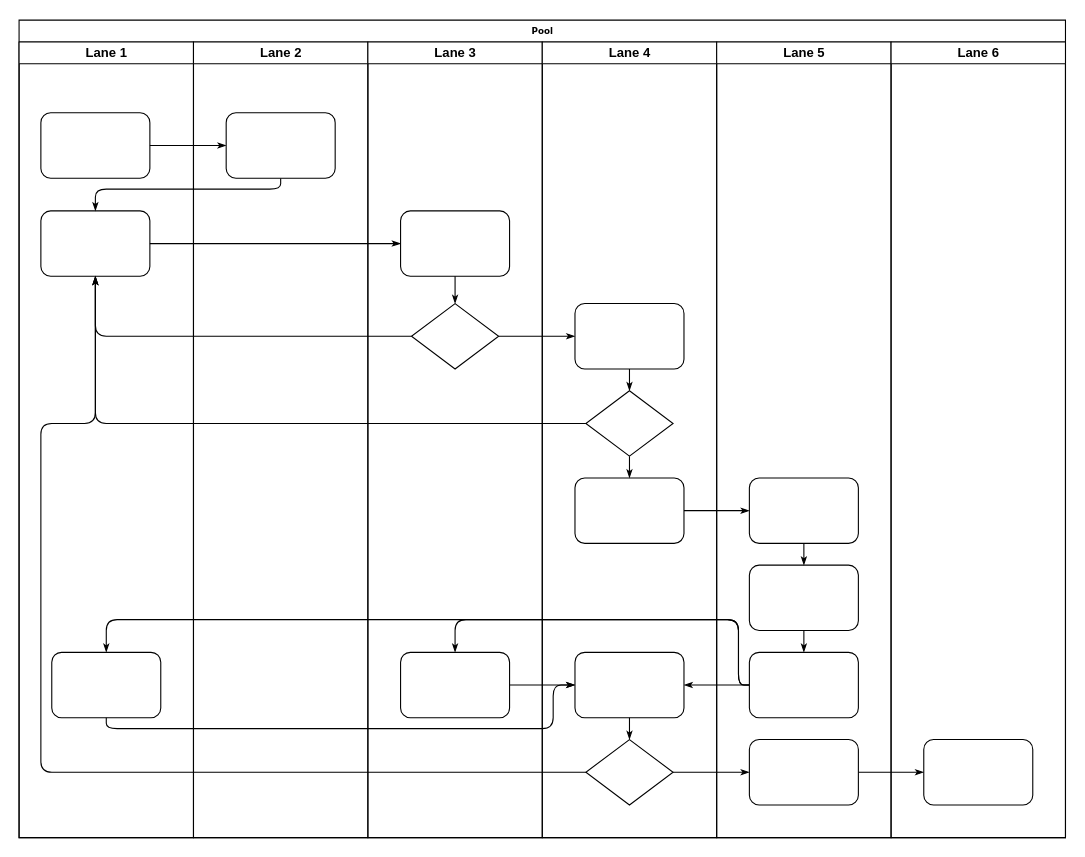
Earlier version of the draw.io diagram 安全应急智慧平台六级联动流程.drawio (JamesCheungSW/FlowChart-Center). Source tidied: cells renumbered, new cells numbered last; positions are measured from the earlier drawing's top-left corner, leaving out a move shared by most shapes. Both pictures are drawn from the tidied source at 109%, with x=0, y=0 at pixel (19, 20).
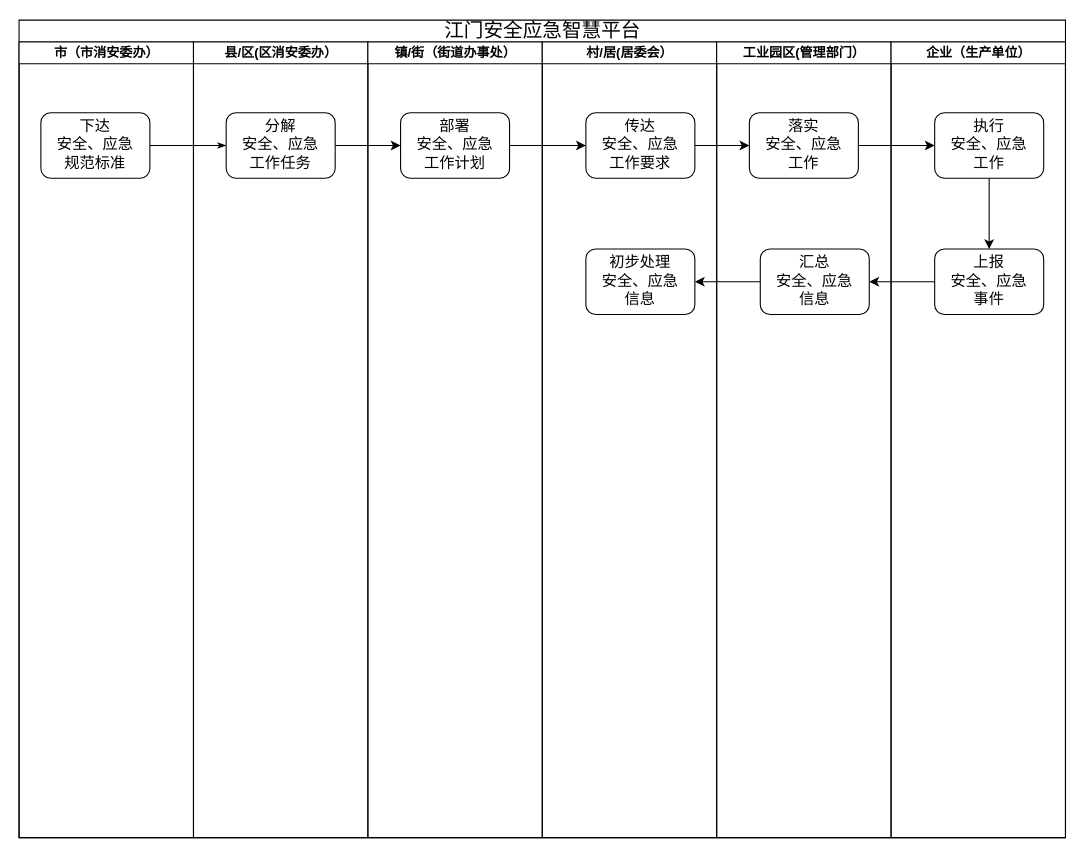
The same diagram, later.

Commit message (it also covers changes not shown here):
更新安全应急智慧平台六级联动流程.drawio

The edit, as a diff of the source:
```diff
@@
-    <mxCell id="2" value="Pool" style="swimlane;html=1;startSize=20;rounded=0;shadow=0;labelBackgroundColor=none;strokeWidth=1;fontFamily=Verdana;fontSize=8;align=center;" parent="1" vertex="1">
+    <mxCell id="2" value="&lt;font face=&quot;Times New Roman&quot; style=&quot;font-size: 18px; font-weight: normal;&quot;&gt;江门安全应急智慧平台&lt;/font&gt;" style="swimlane;html=1;startSize=20;rounded=0;shadow=0;labelBackgroundColor=none;strokeWidth=1;fontFamily=Verdana;fontSize=8;align=center;" parent="1" vertex="1">
       <mxGeometry width="960" height="750" as="geometry" />
     </mxCell>
+    <mxCell id="7" style="edgeStyle=orthogonalEdgeStyle;rounded=1;html=1;labelBackgroundColor=none;startArrow=none;startFill=0;startSize=5;endArrow=classicThin;endFill=1;endSize=5;jettySize=auto;strokeWidth=1;fontFamily=Verdana;fontSize=8;entryX=0;entryY=0.5;entryDx=0;entryDy=0;" parent="2" edge="1" source="4" target="47">
+      <mxGeometry relative="1" as="geometry" />
+    </mxCell>
-    <mxCell id="3" value="Lane 1" style="swimlane;html=1;startSize=20;" parent="2" vertex="1">
+    <mxCell id="3" value="市（市消安委办）" style="swimlane;html=1;startSize=20;" parent="2" vertex="1">
       <mxGeometry y="20" width="160" height="730" as="geometry" />
     </mxCell>
-    <mxCell id="4" style="rounded=1;whiteSpace=wrap;html=1;shadow=0;labelBackgroundColor=none;strokeWidth=1;fontFamily=Verdana;fontSize=8;align=center;" parent="3" vertex="1">
+    <mxCell id="4" value="&lt;font face=&quot;Times New Roman&quot; style=&quot;font-size: 14px;&quot;&gt;下达&lt;/font&gt;&lt;div&gt;&lt;font face=&quot;Times New Roman&quot; style=&quot;font-size: 14px;&quot;&gt;安全、应急&lt;/font&gt;&lt;/div&gt;&lt;div&gt;&lt;font face=&quot;Times New Roman&quot; style=&quot;font-size: 14px;&quot;&gt;规范标准&lt;/font&gt;&lt;/div&gt;" style="rounded=1;whiteSpace=wrap;html=1;shadow=0;labelBackgroundColor=none;strokeWidth=1;fontFamily=Verdana;fontSize=8;align=center;" parent="3" vertex="1">
       <mxGeometry x="20" y="65" width="100" height="60" as="geometry" />
     </mxCell>
-    <mxCell id="5" style="rounded=1;whiteSpace=wrap;html=1;shadow=0;labelBackgroundColor=none;strokeWidth=1;fontFamily=Verdana;fontSize=8;align=center;" parent="3" vertex="1">
-      <mxGeometry x="20" y="155" width="100" height="60" as="geometry" />
-    </mxCell>
-    <mxCell id="6" style="rounded=1;whiteSpace=wrap;html=1;shadow=0;labelBackgroundColor=none;strokeWidth=1;fontFamily=Verdana;fontSize=8;align=center;" parent="3" vertex="1">
-      <mxGeometry x="30" y="560" width="100" height="60" as="geometry" />
-    </mxCell>
-    <mxCell id="7" style="edgeStyle=orthogonalEdgeStyle;rounded=1;html=1;labelBackgroundColor=none;startArrow=none;startFill=0;startSize=5;endArrow=classicThin;endFill=1;endSize=5;jettySize=auto;strokeWidth=1;fontFamily=Verdana;fontSize=8;" parent="2" edge="1" source="4" target="23">
-      <mxGeometry relative="1" as="geometry" />
-    </mxCell>
-    <mxCell id="8" style="edgeStyle=orthogonalEdgeStyle;rounded=1;html=1;labelBackgroundColor=none;startArrow=none;startFill=0;startSize=5;endArrow=classicThin;endFill=1;endSize=5;jettySize=auto;strokeWidth=1;fontFamily=Verdana;fontSize=8;" parent="2" edge="1" source="23" target="5">
-      <mxGeometry relative="1" as="geometry">
-        <Array as="points">
-          <mxPoint x="240" y="155" />
-          <mxPoint x="70" y="155" />
-        </Array>
-      </mxGeometry>
-    </mxCell>
-    <mxCell id="9" style="edgeStyle=orthogonalEdgeStyle;rounded=1;html=1;labelBackgroundColor=none;startArrow=none;startFill=0;startSize=5;endArrow=classicThin;endFill=1;endSize=5;jettySize=auto;strokeWidth=1;fontFamily=Verdana;fontSize=8;" parent="2" edge="1" source="5" target="25">
-      <mxGeometry relative="1" as="geometry" />
-    </mxCell>
-    <mxCell id="10" style="edgeStyle=orthogonalEdgeStyle;rounded=1;html=1;labelBackgroundColor=none;startArrow=none;startFill=0;startSize=5;endArrow=classicThin;endFill=1;endSize=5;jettySize=auto;strokeWidth=1;fontFamily=Verdana;fontSize=8;" parent="2" edge="1" source="26" target="5">
-      <mxGeometry relative="1" as="geometry" />
-    </mxCell>
-    <mxCell id="11" style="edgeStyle=orthogonalEdgeStyle;rounded=1;html=1;labelBackgroundColor=none;startArrow=none;startFill=0;startSize=5;endArrow=classicThin;endFill=1;endSize=5;jettySize=auto;strokeWidth=1;fontFamily=Verdana;fontSize=8;" parent="2" edge="1" source="31" target="5">
-      <mxGeometry relative="1" as="geometry" />
-    </mxCell>
-    <mxCell id="12" style="edgeStyle=orthogonalEdgeStyle;rounded=1;html=1;labelBackgroundColor=none;startArrow=none;startFill=0;startSize=5;endArrow=classicThin;endFill=1;endSize=5;jettySize=auto;strokeWidth=1;fontFamily=Verdana;fontSize=8;" parent="2" edge="1" source="34" target="5">
-      <mxGeometry relative="1" as="geometry">
-        <Array as="points">
-          <mxPoint x="20" y="690" />
-          <mxPoint x="20" y="370" />
-          <mxPoint x="70" y="370" />
-        </Array>
-      </mxGeometry>
-    </mxCell>
-    <mxCell id="13" style="edgeStyle=orthogonalEdgeStyle;rounded=1;html=1;labelBackgroundColor=none;startArrow=none;startFill=0;startSize=5;endArrow=classicThin;endFill=1;endSize=5;jettySize=auto;strokeWidth=1;fontFamily=Verdana;fontSize=8;" parent="2" edge="1" source="26" target="30">
-      <mxGeometry relative="1" as="geometry" />
-    </mxCell>
-    <mxCell id="14" style="edgeStyle=orthogonalEdgeStyle;rounded=1;html=1;labelBackgroundColor=none;startArrow=none;startFill=0;startSize=5;endArrow=classicThin;endFill=1;endSize=5;jettySize=auto;strokeWidth=1;fontFamily=Verdana;fontSize=8;" parent="2" edge="1" source="34" target="42">
-      <mxGeometry relative="1" as="geometry" />
-    </mxCell>
-    <mxCell id="15" style="edgeStyle=orthogonalEdgeStyle;rounded=1;html=1;labelBackgroundColor=none;startArrow=none;startFill=0;startSize=5;endArrow=classicThin;endFill=1;endSize=5;jettySize=auto;strokeWidth=1;fontFamily=Verdana;fontSize=8;" parent="2" edge="1" source="42" target="46">
-      <mxGeometry relative="1" as="geometry" />
-    </mxCell>
-    <mxCell id="16" style="edgeStyle=orthogonalEdgeStyle;rounded=1;html=1;labelBackgroundColor=none;startArrow=none;startFill=0;startSize=5;endArrow=classicThin;endFill=1;endSize=5;jettySize=auto;strokeWidth=1;fontFamily=Verdana;fontSize=8;" parent="2" edge="1" source="32" target="39">
-      <mxGeometry relative="1" as="geometry" />
-    </mxCell>
-    <mxCell id="17" style="edgeStyle=orthogonalEdgeStyle;rounded=1;html=1;labelBackgroundColor=none;startArrow=none;startFill=0;startSize=5;endArrow=classicThin;endFill=1;endSize=5;jettySize=auto;strokeWidth=1;fontFamily=Verdana;fontSize=8;" parent="2" edge="1" source="41" target="27">
-      <mxGeometry relative="1" as="geometry">
-        <Array as="points">
-          <mxPoint x="660" y="610" />
-          <mxPoint x="660" y="550" />
-          <mxPoint x="400" y="550" />
-        </Array>
-      </mxGeometry>
-    </mxCell>
-    <mxCell id="18" style="edgeStyle=orthogonalEdgeStyle;rounded=1;html=1;labelBackgroundColor=none;startArrow=none;startFill=0;startSize=5;endArrow=classicThin;endFill=1;endSize=5;jettySize=auto;strokeColor=#000000;strokeWidth=1;fontFamily=Verdana;fontSize=8;fontColor=#000000;" parent="2" edge="1" source="41" target="33">
-      <mxGeometry relative="1" as="geometry" />
-    </mxCell>
-    <mxCell id="19" style="edgeStyle=orthogonalEdgeStyle;rounded=1;html=1;labelBackgroundColor=none;startArrow=none;startFill=0;startSize=5;endArrow=classicThin;endFill=1;endSize=5;jettySize=auto;strokeWidth=1;fontFamily=Verdana;fontSize=8;" parent="2" edge="1" source="41" target="6">
-      <mxGeometry relative="1" as="geometry">
-        <Array as="points">
-          <mxPoint x="660" y="610" />
-          <mxPoint x="660" y="550" />
-          <mxPoint x="80" y="550" />
-        </Array>
-      </mxGeometry>
-    </mxCell>
-    <mxCell id="20" style="edgeStyle=orthogonalEdgeStyle;rounded=1;html=1;labelBackgroundColor=none;startArrow=none;startFill=0;startSize=5;endArrow=classicThin;endFill=1;endSize=5;jettySize=auto;strokeWidth=1;fontFamily=Verdana;fontSize=8;" parent="2" edge="1" source="6" target="33">
-      <mxGeometry relative="1" as="geometry">
-        <Array as="points">
-          <mxPoint x="80" y="650" />
-          <mxPoint x="490" y="650" />
-          <mxPoint x="490" y="610" />
-        </Array>
-      </mxGeometry>
-    </mxCell>
-    <mxCell id="21" style="edgeStyle=orthogonalEdgeStyle;rounded=1;html=1;labelBackgroundColor=none;startArrow=none;startFill=0;startSize=5;endArrow=classicThin;endFill=1;endSize=5;jettySize=auto;strokeWidth=1;fontFamily=Verdana;fontSize=8;" parent="2" edge="1" source="27" target="33">
-      <mxGeometry relative="1" as="geometry" />
-    </mxCell>
-    <mxCell id="22" value="Lane 2" style="swimlane;html=1;startSize=20;" parent="2" vertex="1">
+    <mxCell id="22" value="县/区(区消安委办）" style="swimlane;html=1;startSize=20;" parent="2" vertex="1">
       <mxGeometry x="160" y="20" width="160" height="730" as="geometry" />
     </mxCell>
-    <mxCell id="23" style="rounded=1;whiteSpace=wrap;html=1;shadow=0;labelBackgroundColor=none;strokeWidth=1;fontFamily=Verdana;fontSize=8;align=center;" parent="22" vertex="1">
-      <mxGeometry x="30" y="65" width="100" height="60" as="geometry" />
-    </mxCell>
+    <mxCell id="47" value="&lt;font face=&quot;Times New Roman&quot;&gt;&lt;span style=&quot;font-size: 14px;&quot;&gt;分解&lt;/span&gt;&lt;/font&gt;&lt;div&gt;&lt;font face=&quot;Times New Roman&quot;&gt;&lt;span style=&quot;font-size: 14px;&quot;&gt;安全、应急&lt;/span&gt;&lt;/font&gt;&lt;/div&gt;&lt;div&gt;&lt;font face=&quot;Times New Roman&quot;&gt;&lt;span style=&quot;font-size: 14px;&quot;&gt;工作任务&lt;/span&gt;&lt;/font&gt;&lt;/div&gt;" style="rounded=1;whiteSpace=wrap;html=1;shadow=0;labelBackgroundColor=none;strokeWidth=1;fontFamily=Verdana;fontSize=8;align=center;" parent="22" vertex="1">
+      <mxGeometry x="30" y="65" width="100" height="60" as="geometry" />
+    </mxCell>
-    <mxCell id="24" value="Lane 3" style="swimlane;html=1;startSize=20;" parent="2" vertex="1">
+    <mxCell id="24" value="镇/街（街道办事处）" style="swimlane;html=1;startSize=20;" parent="2" vertex="1">
       <mxGeometry x="320" y="20" width="160" height="730" as="geometry" />
     </mxCell>
-    <mxCell id="25" style="rounded=1;whiteSpace=wrap;html=1;shadow=0;labelBackgroundColor=none;strokeWidth=1;fontFamily=Verdana;fontSize=8;align=center;" parent="24" vertex="1">
-      <mxGeometry x="30" y="155" width="100" height="60" as="geometry" />
-    </mxCell>
-    <mxCell id="26" style="rhombus;whiteSpace=wrap;html=1;rounded=0;shadow=0;labelBackgroundColor=none;strokeWidth=1;fontFamily=Verdana;fontSize=8;align=center;" parent="24" vertex="1">
-      <mxGeometry x="40" y="240" width="80" height="60" as="geometry" />
-    </mxCell>
-    <mxCell id="27" style="rounded=1;whiteSpace=wrap;html=1;shadow=0;labelBackgroundColor=none;strokeWidth=1;fontFamily=Verdana;fontSize=8;align=center;" parent="24" vertex="1">
-      <mxGeometry x="30" y="560" width="100" height="60" as="geometry" />
-    </mxCell>
-    <mxCell id="28" style="edgeStyle=orthogonalEdgeStyle;rounded=1;html=1;labelBackgroundColor=none;startArrow=none;startFill=0;startSize=5;endArrow=classicThin;endFill=1;endSize=5;jettySize=auto;strokeWidth=1;fontFamily=Verdana;fontSize=8;" parent="24" edge="1" source="25" target="26">
-      <mxGeometry relative="1" as="geometry" />
-    </mxCell>
+    <mxCell id="48" value="&lt;font face=&quot;Times New Roman&quot;&gt;&lt;span style=&quot;font-size: 14px;&quot;&gt;部署&lt;/span&gt;&lt;/font&gt;&lt;br&gt;&lt;div&gt;&lt;font face=&quot;Times New Roman&quot;&gt;&lt;span style=&quot;font-size: 14px;&quot;&gt;安全、应急&lt;/span&gt;&lt;/font&gt;&lt;/div&gt;&lt;div&gt;&lt;font face=&quot;Times New Roman&quot;&gt;&lt;span style=&quot;font-size: 14px;&quot;&gt;工作计划&lt;/span&gt;&lt;/font&gt;&lt;/div&gt;" style="rounded=1;whiteSpace=wrap;html=1;shadow=0;labelBackgroundColor=none;strokeWidth=1;fontFamily=Verdana;fontSize=8;align=center;" parent="24" vertex="1">
+      <mxGeometry x="30" y="65" width="100" height="60" as="geometry" />
+    </mxCell>
-    <mxCell id="29" value="Lane 4" style="swimlane;html=1;startSize=20;" parent="2" vertex="1">
+    <mxCell id="29" value="村/居(居委会）" style="swimlane;html=1;startSize=20;" parent="2" vertex="1">
       <mxGeometry x="480" y="20" width="160" height="730" as="geometry" />
     </mxCell>
-    <mxCell id="30" style="rounded=1;whiteSpace=wrap;html=1;shadow=0;labelBackgroundColor=none;strokeWidth=1;fontFamily=Verdana;fontSize=8;align=center;" parent="29" vertex="1">
-      <mxGeometry x="30" y="240" width="100" height="60" as="geometry" />
-    </mxCell>
-    <mxCell id="31" style="rhombus;whiteSpace=wrap;html=1;rounded=0;shadow=0;labelBackgroundColor=none;strokeWidth=1;fontFamily=Verdana;fontSize=8;align=center;" parent="29" vertex="1">
-      <mxGeometry x="40" y="320" width="80" height="60" as="geometry" />
-    </mxCell>
-    <mxCell id="32" style="rounded=1;whiteSpace=wrap;html=1;shadow=0;labelBackgroundColor=none;strokeWidth=1;fontFamily=Verdana;fontSize=8;align=center;" parent="29" vertex="1">
-      <mxGeometry x="30" y="400" width="100" height="60" as="geometry" />
-    </mxCell>
-    <mxCell id="33" style="rounded=1;whiteSpace=wrap;html=1;shadow=0;labelBackgroundColor=none;strokeWidth=1;fontFamily=Verdana;fontSize=8;align=center;" parent="29" vertex="1">
-      <mxGeometry x="30" y="560" width="100" height="60" as="geometry" />
-    </mxCell>
-    <mxCell id="34" style="rhombus;whiteSpace=wrap;html=1;rounded=0;shadow=0;labelBackgroundColor=none;strokeWidth=1;fontFamily=Verdana;fontSize=8;align=center;" parent="29" vertex="1">
-      <mxGeometry x="40" y="640" width="80" height="60" as="geometry" />
-    </mxCell>
-    <mxCell id="35" style="edgeStyle=orthogonalEdgeStyle;rounded=1;html=1;labelBackgroundColor=none;startArrow=none;startFill=0;startSize=5;endArrow=classicThin;endFill=1;endSize=5;jettySize=auto;strokeColor=#000000;strokeWidth=1;fontFamily=Verdana;fontSize=8;fontColor=#000000;" parent="29" edge="1" source="30" target="31">
-      <mxGeometry relative="1" as="geometry" />
-    </mxCell>
-    <mxCell id="36" style="edgeStyle=orthogonalEdgeStyle;rounded=1;html=1;labelBackgroundColor=none;startArrow=none;startFill=0;startSize=5;endArrow=classicThin;endFill=1;endSize=5;jettySize=auto;strokeWidth=1;fontFamily=Verdana;fontSize=8;" parent="29" edge="1" source="31" target="32">
-      <mxGeometry relative="1" as="geometry" />
-    </mxCell>
-    <mxCell id="37" style="edgeStyle=orthogonalEdgeStyle;rounded=1;html=1;labelBackgroundColor=none;startArrow=none;startFill=0;startSize=5;endArrow=classicThin;endFill=1;endSize=5;jettySize=auto;strokeWidth=1;fontFamily=Verdana;fontSize=8;" parent="29" edge="1" source="33" target="34">
-      <mxGeometry relative="1" as="geometry" />
-    </mxCell>
+    <mxCell id="49" value="&lt;font face=&quot;Times New Roman&quot;&gt;&lt;span style=&quot;font-size: 14px;&quot;&gt;传达&lt;/span&gt;&lt;/font&gt;&lt;br&gt;&lt;div&gt;&lt;font face=&quot;Times New Roman&quot;&gt;&lt;span style=&quot;font-size: 14px;&quot;&gt;安全、应急&lt;/span&gt;&lt;/font&gt;&lt;/div&gt;&lt;div&gt;&lt;font face=&quot;Times New Roman&quot;&gt;&lt;span style=&quot;font-size: 14px;&quot;&gt;工作要求&lt;/span&gt;&lt;/font&gt;&lt;/div&gt;" style="rounded=1;whiteSpace=wrap;html=1;shadow=0;labelBackgroundColor=none;strokeWidth=1;fontFamily=Verdana;fontSize=8;align=center;" parent="29" vertex="1">
+      <mxGeometry x="40" y="65" width="100" height="60" as="geometry" />
+    </mxCell>
+    <mxCell id="50" value="&lt;font face=&quot;Times New Roman&quot;&gt;&lt;span style=&quot;font-size: 14px;&quot;&gt;初步处理&lt;/span&gt;&lt;/font&gt;&lt;br&gt;&lt;div&gt;&lt;font face=&quot;Times New Roman&quot;&gt;&lt;span style=&quot;font-size: 14px;&quot;&gt;安全、应急&lt;/span&gt;&lt;/font&gt;&lt;/div&gt;&lt;div&gt;&lt;font face=&quot;Times New Roman&quot;&gt;&lt;span style=&quot;font-size: 14px;&quot;&gt;信息&lt;/span&gt;&lt;/font&gt;&lt;/div&gt;" style="rounded=1;whiteSpace=wrap;html=1;shadow=0;labelBackgroundColor=none;strokeWidth=1;fontFamily=Verdana;fontSize=8;align=center;" parent="29" vertex="1">
+      <mxGeometry x="40" y="190" width="100" height="60" as="geometry" />
+    </mxCell>
-    <mxCell id="38" value="Lane 5" style="swimlane;html=1;startSize=20;" parent="2" vertex="1">
+    <mxCell id="38" value="工业园区(管理部门）" style="swimlane;html=1;startSize=20;" parent="2" vertex="1">
       <mxGeometry x="640" y="20" width="160" height="730" as="geometry" />
     </mxCell>
-    <mxCell id="39" style="rounded=1;whiteSpace=wrap;html=1;shadow=0;labelBackgroundColor=none;strokeWidth=1;fontFamily=Verdana;fontSize=8;align=center;" parent="38" vertex="1">
-      <mxGeometry x="30" y="400" width="100" height="60" as="geometry" />
-    </mxCell>
-    <mxCell id="40" style="rounded=1;whiteSpace=wrap;html=1;shadow=0;labelBackgroundColor=none;strokeWidth=1;fontFamily=Verdana;fontSize=8;align=center;" parent="38" vertex="1">
-      <mxGeometry x="30" y="480" width="100" height="60" as="geometry" />
-    </mxCell>
-    <mxCell id="41" style="rounded=1;whiteSpace=wrap;html=1;shadow=0;labelBackgroundColor=none;strokeWidth=1;fontFamily=Verdana;fontSize=8;align=center;" parent="38" vertex="1">
-      <mxGeometry x="30" y="560" width="100" height="60" as="geometry" />
-    </mxCell>
-    <mxCell id="42" style="rounded=1;whiteSpace=wrap;html=1;shadow=0;labelBackgroundColor=none;strokeWidth=1;fontFamily=Verdana;fontSize=8;align=center;" parent="38" vertex="1">
-      <mxGeometry x="30" y="640" width="100" height="60" as="geometry" />
-    </mxCell>
-    <mxCell id="43" style="edgeStyle=orthogonalEdgeStyle;rounded=1;html=1;labelBackgroundColor=none;startArrow=none;startFill=0;startSize=5;endArrow=classicThin;endFill=1;endSize=5;jettySize=auto;strokeWidth=1;fontFamily=Verdana;fontSize=8;" parent="38" edge="1" source="39" target="40">
-      <mxGeometry relative="1" as="geometry" />
-    </mxCell>
-    <mxCell id="44" style="edgeStyle=orthogonalEdgeStyle;rounded=1;html=1;labelBackgroundColor=none;startArrow=none;startFill=0;startSize=5;endArrow=classicThin;endFill=1;endSize=5;jettySize=auto;strokeWidth=1;fontFamily=Verdana;fontSize=8;" parent="38" edge="1" source="40" target="41">
-      <mxGeometry relative="1" as="geometry" />
-    </mxCell>
+    <mxCell id="51" value="&lt;font face=&quot;Times New Roman&quot;&gt;&lt;span style=&quot;font-size: 14px;&quot;&gt;落实&lt;/span&gt;&lt;/font&gt;&lt;br&gt;&lt;div&gt;&lt;font face=&quot;Times New Roman&quot;&gt;&lt;span style=&quot;font-size: 14px;&quot;&gt;安全、应急&lt;/span&gt;&lt;/font&gt;&lt;/div&gt;&lt;div&gt;&lt;font face=&quot;Times New Roman&quot;&gt;&lt;span style=&quot;font-size: 14px;&quot;&gt;工作&lt;/span&gt;&lt;/font&gt;&lt;/div&gt;" style="rounded=1;whiteSpace=wrap;html=1;shadow=0;labelBackgroundColor=none;strokeWidth=1;fontFamily=Verdana;fontSize=8;align=center;" parent="38" vertex="1">
+      <mxGeometry x="30" y="65" width="100" height="60" as="geometry" />
+    </mxCell>
+    <mxCell id="52" value="&lt;font face=&quot;Times New Roman&quot;&gt;&lt;span style=&quot;font-size: 14px;&quot;&gt;汇总&lt;/span&gt;&lt;/font&gt;&lt;br&gt;&lt;div&gt;&lt;font face=&quot;Times New Roman&quot;&gt;&lt;span style=&quot;font-size: 14px;&quot;&gt;安全、应急&lt;/span&gt;&lt;/font&gt;&lt;/div&gt;&lt;div&gt;&lt;font face=&quot;Times New Roman&quot;&gt;&lt;span style=&quot;font-size: 14px;&quot;&gt;信息&lt;/span&gt;&lt;/font&gt;&lt;/div&gt;" style="rounded=1;whiteSpace=wrap;html=1;shadow=0;labelBackgroundColor=none;strokeWidth=1;fontFamily=Verdana;fontSize=8;align=center;" parent="38" vertex="1">
+      <mxGeometry x="40" y="190" width="100" height="60" as="geometry" />
+    </mxCell>
-    <mxCell id="45" value="Lane 6" style="swimlane;html=1;startSize=20;" parent="2" vertex="1">
+    <mxCell id="45" value="企业（生产单位）" style="swimlane;html=1;startSize=20;" parent="2" vertex="1">
       <mxGeometry x="800" y="20" width="160" height="730" as="geometry" />
     </mxCell>
-    <mxCell id="46" style="rounded=1;whiteSpace=wrap;html=1;shadow=0;labelBackgroundColor=none;strokeWidth=1;fontFamily=Verdana;fontSize=8;align=center;" parent="45" vertex="1">
-      <mxGeometry x="30" y="640" width="100" height="60" as="geometry" />
-    </mxCell>
+    <mxCell id="53" style="edgeStyle=orthogonalEdgeStyle;rounded=0;jettySize=auto;html=1;" parent="45" edge="1" source="54" target="55">
+      <mxGeometry relative="1" as="geometry" />
+    </mxCell>
+    <mxCell id="54" value="&lt;font face=&quot;Times New Roman&quot;&gt;&lt;span style=&quot;font-size: 14px;&quot;&gt;执行&lt;/span&gt;&lt;/font&gt;&lt;br&gt;&lt;div&gt;&lt;font face=&quot;Times New Roman&quot;&gt;&lt;span style=&quot;font-size: 14px;&quot;&gt;安全、应急&lt;/span&gt;&lt;/font&gt;&lt;/div&gt;&lt;div&gt;&lt;font face=&quot;Times New Roman&quot;&gt;&lt;span style=&quot;font-size: 14px;&quot;&gt;工作&lt;/span&gt;&lt;/font&gt;&lt;/div&gt;" style="rounded=1;whiteSpace=wrap;html=1;shadow=0;labelBackgroundColor=none;strokeWidth=1;fontFamily=Verdana;fontSize=8;align=center;" parent="45" vertex="1">
+      <mxGeometry x="40" y="65" width="100" height="60" as="geometry" />
+    </mxCell>
+    <mxCell id="55" value="&lt;font face=&quot;Times New Roman&quot;&gt;&lt;span style=&quot;font-size: 14px;&quot;&gt;上报&lt;/span&gt;&lt;/font&gt;&lt;br&gt;&lt;div&gt;&lt;font face=&quot;Times New Roman&quot;&gt;&lt;span style=&quot;font-size: 14px;&quot;&gt;安全、应急&lt;/span&gt;&lt;/font&gt;&lt;/div&gt;&lt;div&gt;&lt;font face=&quot;Times New Roman&quot;&gt;&lt;span style=&quot;font-size: 14px;&quot;&gt;事件&lt;/span&gt;&lt;/font&gt;&lt;/div&gt;" style="rounded=1;whiteSpace=wrap;html=1;shadow=0;labelBackgroundColor=none;strokeWidth=1;fontFamily=Verdana;fontSize=8;align=center;" parent="45" vertex="1">
+      <mxGeometry x="40" y="190" width="100" height="60" as="geometry" />
+    </mxCell>
+    <mxCell id="56" style="edgeStyle=orthogonalEdgeStyle;rounded=0;jettySize=auto;html=1;" parent="2" edge="1" source="47" target="48">
+      <mxGeometry relative="1" as="geometry" />
+    </mxCell>
+    <mxCell id="57" style="edgeStyle=orthogonalEdgeStyle;rounded=0;jettySize=auto;html=1;" parent="2" edge="1" source="48" target="49">
+      <mxGeometry relative="1" as="geometry" />
+    </mxCell>
+    <mxCell id="58" style="edgeStyle=orthogonalEdgeStyle;rounded=0;jettySize=auto;html=1;" parent="2" edge="1" source="49" target="51">
+      <mxGeometry relative="1" as="geometry" />
+    </mxCell>
+    <mxCell id="59" style="edgeStyle=orthogonalEdgeStyle;rounded=0;jettySize=auto;html=1;" parent="2" edge="1" source="51" target="54">
+      <mxGeometry relative="1" as="geometry" />
+    </mxCell>
+    <mxCell id="60" style="edgeStyle=orthogonalEdgeStyle;rounded=0;jettySize=auto;html=1;" parent="2" edge="1" source="55" target="52">
+      <mxGeometry relative="1" as="geometry" />
+    </mxCell>
+    <mxCell id="61" style="edgeStyle=orthogonalEdgeStyle;rounded=0;jettySize=auto;html=1;" parent="2" edge="1" source="52" target="50">
+      <mxGeometry relative="1" as="geometry" />
+    </mxCell>
```
